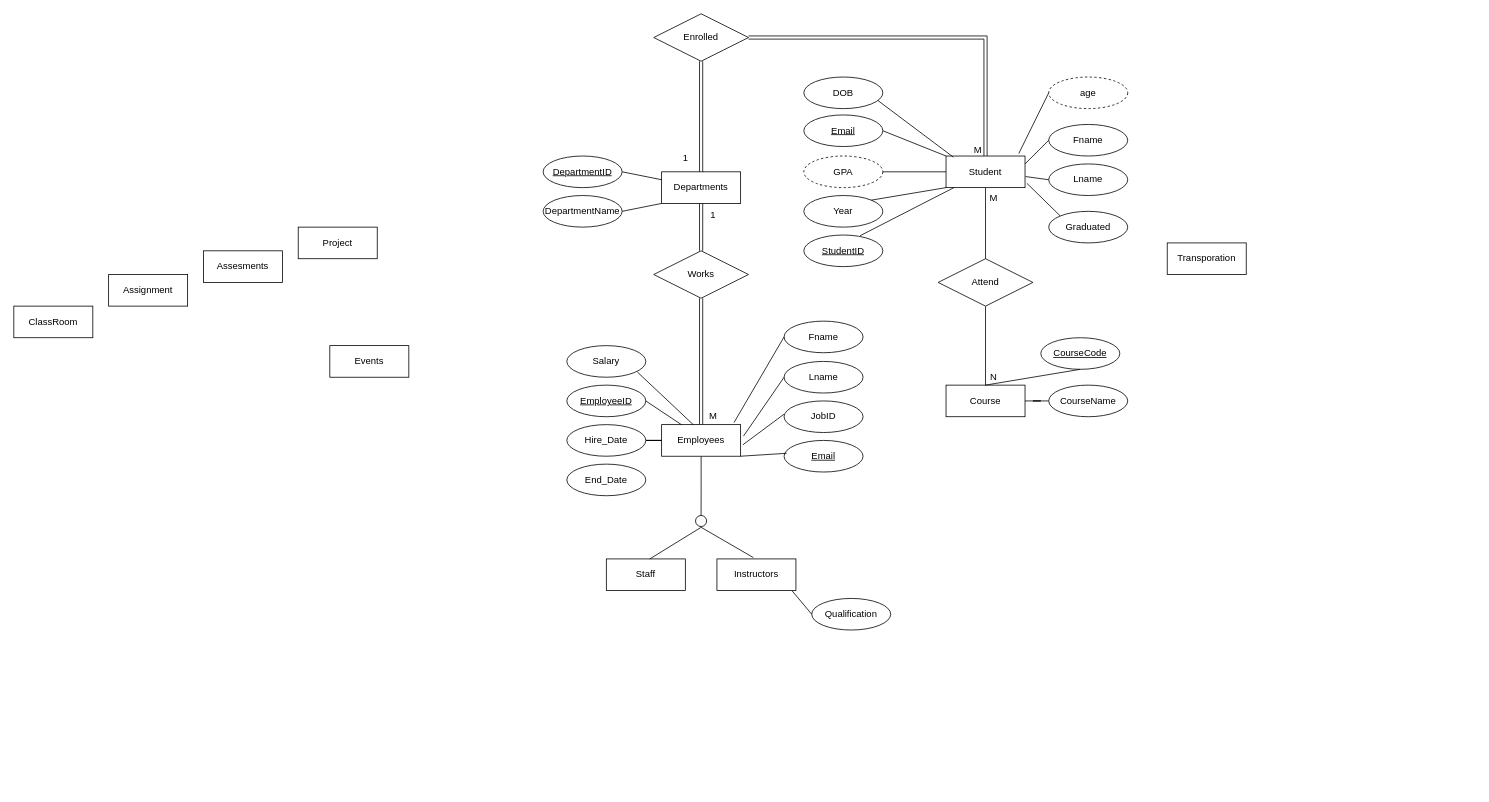
This is FacultyERD.drawio from seiffmohamedd/University_DBMS, a draw.io file, before an edit. Source tidied: cells renumbered, new cells numbered last; positions are measured from the earlier drawing's top-left corner, leaving out a move shared by most shapes. Both pictures are drawn from the tidied source at 79%, with x=0, y=0 at pixel (13, 13).
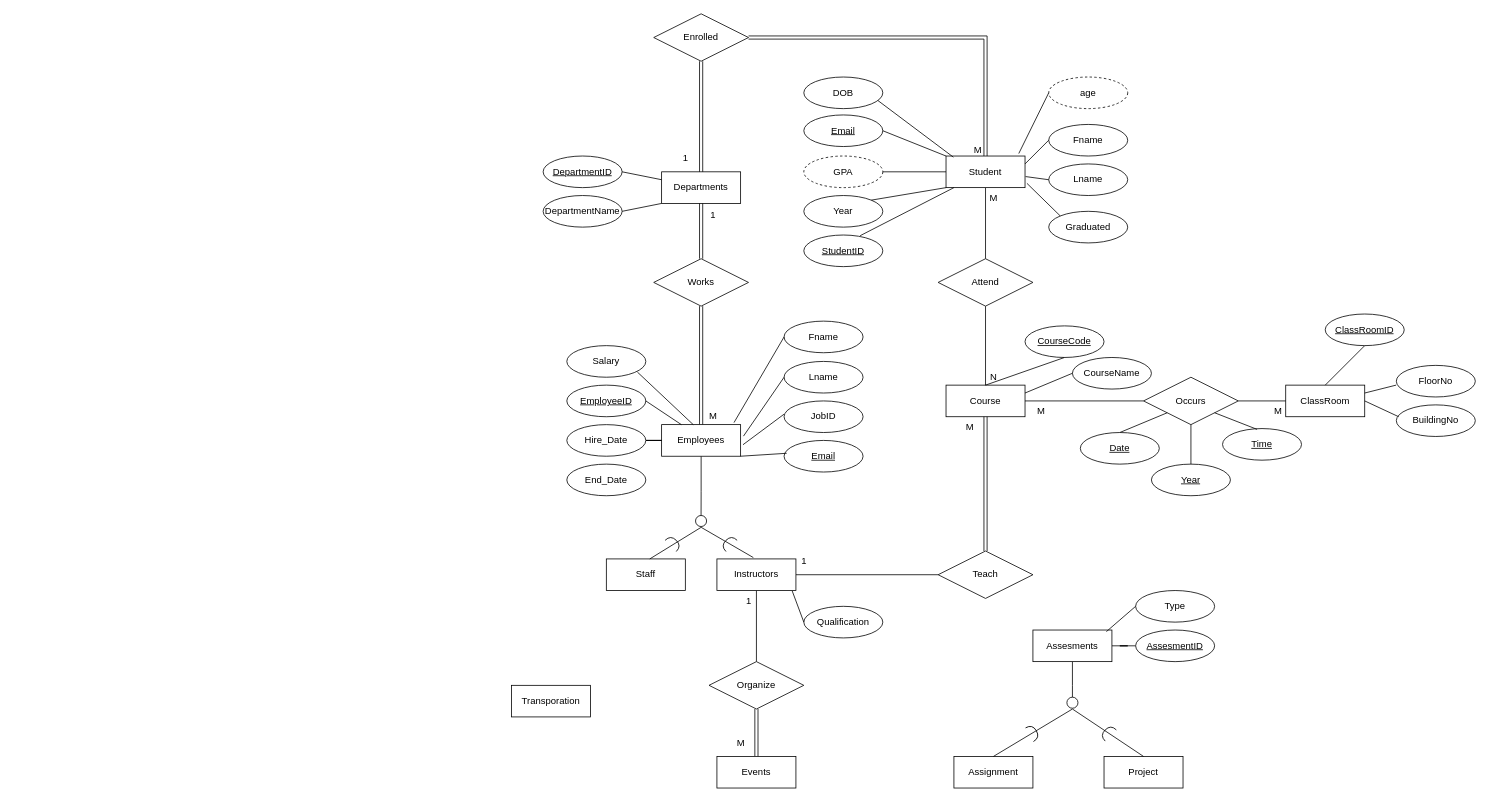
The same diagram, later.

Commit message (it also covers changes not shown here):
ERD , Documentation In progress

The change refers to these unchanged cells:
```xml
<mxCell id="13" value="Course" style="whiteSpace=wrap;html=1;align=center;" parent="1" vertex="1">
  <mxGeometry x="1180" y="470" width="100" height="40" as="geometry" />
</mxCell>
<mxCell id="54" value="Instructors" style="whiteSpace=wrap;html=1;align=center;" parent="1" vertex="1">
  <mxGeometry x="890" y="690" width="100" height="40" as="geometry" />
</mxCell>
```

What changed in the source:
```diff
@@
     <mxCell id="2" value="Assignment" style="whiteSpace=wrap;html=1;align=center;" parent="1" vertex="1">
-      <mxGeometry x="120" y="330" width="100" height="40" as="geometry" />
+      <mxGeometry x="1190" y="940" width="100" height="40" as="geometry" />
     </mxCell>
     <mxCell id="3" value="Project" style="whiteSpace=wrap;html=1;align=center;" parent="1" vertex="1">
-      <mxGeometry x="360" y="270" width="100" height="40" as="geometry" />
+      <mxGeometry x="1380" y="940" width="100" height="40" as="geometry" />
     </mxCell>
+    <mxCell id="75" style="edgeStyle=orthogonalEdgeStyle;rounded=0;jettySize=auto;html=1;entryX=0;entryY=0.5;entryDx=0;entryDy=0;endArrow=none;endFill=0;" parent="1" edge="1" source="4" target="96">
+      <mxGeometry relative="1" as="geometry" />
+    </mxCell>
+    <mxCell id="76" style="edgeStyle=orthogonalEdgeStyle;rounded=0;jettySize=auto;html=1;endArrow=circle;endFill=0;" parent="1" edge="1" source="4">
+      <mxGeometry relative="1" as="geometry">
+        <mxPoint x="1340" y="880" as="targetPoint" />
+      </mxGeometry>
+    </mxCell>
     <mxCell id="4" value="Assesments" style="whiteSpace=wrap;html=1;align=center;" parent="1" vertex="1">
-      <mxGeometry x="240" y="300" width="100" height="40" as="geometry" />
+      <mxGeometry x="1290" y="780" width="100" height="40" as="geometry" />
     </mxCell>
@@
     <mxCell id="10" value="ClassRoom" style="whiteSpace=wrap;html=1;align=center;" parent="1" vertex="1">
-      <mxGeometry y="370" width="100" height="40" as="geometry" />
+      <mxGeometry x="1610" y="470" width="100" height="40" as="geometry" />
     </mxCell>
+    <mxCell id="77" style="edgeStyle=orthogonalEdgeStyle;rounded=0;jettySize=auto;html=1;exitX=0.5;exitY=0;exitDx=0;exitDy=0;entryX=0.5;entryY=1;entryDx=0;entryDy=0;endArrow=none;endFill=0;shape=link;" parent="1" edge="1" source="11" target="93">
+      <mxGeometry relative="1" as="geometry" />
+    </mxCell>
     <mxCell id="11" value="Events" style="whiteSpace=wrap;html=1;align=center;" parent="1" vertex="1">
-      <mxGeometry x="400" y="420" width="100" height="40" as="geometry" />
+      <mxGeometry x="890" y="940" width="100" height="40" as="geometry" />
     </mxCell>
     <mxCell id="12" value="Transporation" style="whiteSpace=wrap;html=1;align=center;" parent="1" vertex="1">
-      <mxGeometry x="1460" y="290" width="100" height="40" as="geometry" />
+      <mxGeometry x="630" y="850" width="100" height="40" as="geometry" />
     </mxCell>
@@
     <mxCell id="33" value="Works" style="shape=rhombus;perimeter=rhombusPerimeter;whiteSpace=wrap;html=1;align=center;" parent="1" vertex="1">
-      <mxGeometry x="810" y="300" width="120" height="60" as="geometry" />
+      <mxGeometry x="810" y="310" width="120" height="60" as="geometry" />
     </mxCell>
@@
+    <mxCell id="78" style="edgeStyle=orthogonalEdgeStyle;rounded=0;jettySize=auto;html=1;exitX=1;exitY=0.5;exitDx=0;exitDy=0;entryX=0;entryY=0.5;entryDx=0;entryDy=0;endArrow=none;endFill=0;" parent="1" edge="1" source="54" target="81">
+      <mxGeometry relative="1" as="geometry" />
+    </mxCell>
+    <mxCell id="79" style="edgeStyle=orthogonalEdgeStyle;rounded=0;jettySize=auto;html=1;exitX=0.5;exitY=1;exitDx=0;exitDy=0;entryX=0.5;entryY=0;entryDx=0;entryDy=0;endArrow=none;endFill=0;" parent="1" edge="1" source="54" target="93">
+      <mxGeometry relative="1" as="geometry" />
+    </mxCell>
@@
     <mxCell id="58" value="Qualification" style="ellipse;whiteSpace=wrap;html=1;align=center;" parent="1" vertex="1">
-      <mxGeometry x="1010" y="740" width="100" height="40" as="geometry" />
+      <mxGeometry x="1000" y="750" width="100" height="40" as="geometry" />
     </mxCell>
@@
     <mxCell id="62" value="CourseCode" style="ellipse;whiteSpace=wrap;html=1;align=center;fontStyle=4;" parent="1" vertex="1">
-      <mxGeometry x="1300" y="410" width="100" height="40" as="geometry" />
+      <mxGeometry x="1280" y="395" width="100" height="40" as="geometry" />
     </mxCell>
@@
-    <mxCell id="64" style="edgeStyle=orthogonalEdgeStyle;rounded=0;jettySize=auto;html=1;entryX=1;entryY=0.5;entryDx=0;entryDy=0;endArrow=none;endFill=0;" parent="1" edge="1" source="65" target="13">
-      <mxGeometry relative="1" as="geometry" />
-    </mxCell>
     <mxCell id="65" value="CourseName" style="ellipse;whiteSpace=wrap;html=1;align=center;" parent="1" vertex="1">
-      <mxGeometry x="1310" y="470" width="100" height="40" as="geometry" />
+      <mxGeometry x="1340" y="435" width="100" height="40" as="geometry" />
     </mxCell>
@@
+    <mxCell id="80" style="edgeStyle=orthogonalEdgeStyle;rounded=0;jettySize=auto;html=1;exitX=0.5;exitY=0;exitDx=0;exitDy=0;entryX=0.5;entryY=1;entryDx=0;entryDy=0;endArrow=none;endFill=0;shape=link;" parent="1" edge="1" source="81" target="13">
+      <mxGeometry relative="1" as="geometry" />
+    </mxCell>
+    <mxCell id="81" value="Teach" style="shape=rhombus;perimeter=rhombusPerimeter;whiteSpace=wrap;html=1;align=center;" parent="1" vertex="1">
+      <mxGeometry x="1170" y="680" width="120" height="60" as="geometry" />
+    </mxCell>
+    <mxCell id="82" value="M" style="text;html=1;align=center;verticalAlign=middle;strokeColor=none;fillColor=none;" parent="1" vertex="1">
+      <mxGeometry x="1195" y="508" width="30" height="30" as="geometry" />
+    </mxCell>
+    <mxCell id="83" value="1" style="text;html=1;align=center;verticalAlign=middle;strokeColor=none;fillColor=none;" parent="1" vertex="1">
+      <mxGeometry x="985" y="678" width="30" height="30" as="geometry" />
+    </mxCell>
+    <mxCell id="84" style="endArrow=none;html=1;rounded=0;exitX=1;exitY=0.25;exitDx=0;exitDy=0;entryX=0;entryY=0.5;entryDx=0;entryDy=0;" parent="1" edge="1" source="13" target="65">
+      <mxGeometry relative="1" as="geometry" />
+    </mxCell>
+    <mxCell id="85" style="endArrow=none;html=1;rounded=0;exitX=1;exitY=0.5;exitDx=0;exitDy=0;entryX=0;entryY=0.5;entryDx=0;entryDy=0;" parent="1" edge="1" source="13" target="87">
+      <mxGeometry relative="1" as="geometry" />
+    </mxCell>
+    <mxCell id="86" style="edgeStyle=orthogonalEdgeStyle;rounded=0;jettySize=auto;html=1;entryX=0;entryY=0.5;entryDx=0;entryDy=0;endArrow=none;endFill=0;" parent="1" edge="1" source="87" target="10">
+      <mxGeometry relative="1" as="geometry" />
+    </mxCell>
+    <mxCell id="87" value="Occurs" style="shape=rhombus;perimeter=rhombusPerimeter;whiteSpace=wrap;html=1;align=center;" parent="1" vertex="1">
+      <mxGeometry x="1430" y="460" width="120" height="60" as="geometry" />
+    </mxCell>
+    <mxCell id="88" value="M" style="text;html=1;align=center;verticalAlign=middle;strokeColor=none;fillColor=none;" parent="1" vertex="1">
+      <mxGeometry x="1285" y="488" width="30" height="30" as="geometry" />
+    </mxCell>
+    <mxCell id="89" value="M" style="text;html=1;align=center;verticalAlign=middle;strokeColor=none;fillColor=none;" parent="1" vertex="1">
+      <mxGeometry x="1585" y="488" width="30" height="30" as="geometry" />
+    </mxCell>
+    <mxCell id="90" style="endArrow=none;html=1;rounded=0;entryX=0;entryY=1;entryDx=0;entryDy=0;exitX=0.5;exitY=0;exitDx=0;exitDy=0;" parent="1" edge="1" source="91" target="87">
+      <mxGeometry relative="1" as="geometry" />
+    </mxCell>
+    <mxCell id="91" value="Date" style="ellipse;whiteSpace=wrap;html=1;align=center;fontStyle=4;" parent="1" vertex="1">
+      <mxGeometry x="1350" y="530" width="100" height="40" as="geometry" />
+    </mxCell>
+    <mxCell id="92" value="Time" style="ellipse;whiteSpace=wrap;html=1;align=center;fontStyle=4;" parent="1" vertex="1">
+      <mxGeometry x="1530" y="525" width="100" height="40" as="geometry" />
+    </mxCell>
+    <mxCell id="93" value="Organize" style="shape=rhombus;perimeter=rhombusPerimeter;whiteSpace=wrap;html=1;align=center;" parent="1" vertex="1">
+      <mxGeometry x="880" y="820" width="120" height="60" as="geometry" />
+    </mxCell>
+    <mxCell id="94" value="M" style="text;html=1;align=center;verticalAlign=middle;strokeColor=none;fillColor=none;" parent="1" vertex="1">
+      <mxGeometry x="905" y="908" width="30" height="30" as="geometry" />
+    </mxCell>
+    <mxCell id="95" value="1" style="text;html=1;align=center;verticalAlign=middle;strokeColor=none;fillColor=none;" parent="1" vertex="1">
+      <mxGeometry x="915" y="728" width="30" height="30" as="geometry" />
+    </mxCell>
+    <mxCell id="96" value="AssesmentID" style="ellipse;whiteSpace=wrap;html=1;align=center;fontStyle=4;" parent="1" vertex="1">
+      <mxGeometry x="1420" y="780" width="100" height="40" as="geometry" />
+    </mxCell>
+    <mxCell id="97" value="Type" style="ellipse;whiteSpace=wrap;html=1;align=center;" parent="1" vertex="1">
+      <mxGeometry x="1420" y="730" width="100" height="40" as="geometry" />
+    </mxCell>
+    <mxCell id="98" style="endArrow=none;html=1;rounded=0;exitX=0.93;exitY=0.05;exitDx=0;exitDy=0;exitPerimeter=0;entryX=0;entryY=0.5;entryDx=0;entryDy=0;" parent="1" edge="1" source="4" target="97">
+      <mxGeometry relative="1" as="geometry" />
+    </mxCell>
+    <mxCell id="99" style="endArrow=none;html=1;rounded=0;" parent="1" edge="1">
+      <mxGeometry relative="1" as="geometry">
+        <mxPoint x="1240" y="940" as="sourcePoint" />
+        <mxPoint x="1340" y="880" as="targetPoint" />
+      </mxGeometry>
+    </mxCell>
+    <mxCell id="100" style="endArrow=none;html=1;rounded=0;entryX=0.5;entryY=0;entryDx=0;entryDy=0;" parent="1" edge="1" target="3">
+      <mxGeometry relative="1" as="geometry">
+        <mxPoint x="1340" y="880" as="sourcePoint" />
+      </mxGeometry>
+    </mxCell>
+    <mxCell id="101" style="shape=requiredInterface;html=1;verticalLabelPosition=bottom;sketch=0;rotation=-45;" parent="1" vertex="1">
+      <mxGeometry x="830" y="660" width="10" height="20" as="geometry" />
+    </mxCell>
+    <mxCell id="102" style="shape=requiredInterface;html=1;verticalLabelPosition=bottom;sketch=0;rotation=-135;" parent="1" vertex="1">
+      <mxGeometry x="900" y="660" width="10" height="20" as="geometry" />
+    </mxCell>
+    <mxCell id="103" style="shape=requiredInterface;html=1;verticalLabelPosition=bottom;sketch=0;rotation=-30;" parent="1" vertex="1">
+      <mxGeometry x="1285" y="900" width="10" height="20" as="geometry" />
+    </mxCell>
+    <mxCell id="104" style="shape=requiredInterface;html=1;verticalLabelPosition=bottom;sketch=0;rotation=-135;" parent="1" vertex="1">
+      <mxGeometry x="1380" y="900" width="10" height="20" as="geometry" />
+    </mxCell>
+    <mxCell id="105" value="Year" style="ellipse;whiteSpace=wrap;html=1;align=center;fontStyle=4;" parent="1" vertex="1">
+      <mxGeometry x="1440" y="570" width="100" height="40" as="geometry" />
+    </mxCell>
+    <mxCell id="106" style="endArrow=none;html=1;rounded=0;exitX=0.5;exitY=0;exitDx=0;exitDy=0;entryX=0.5;entryY=1;entryDx=0;entryDy=0;" parent="1" edge="1" source="105" target="87">
+      <mxGeometry relative="1" as="geometry" />
+    </mxCell>
+    <mxCell id="107" style="endArrow=none;html=1;rounded=0;exitX=1;exitY=1;exitDx=0;exitDy=0;entryX=0.437;entryY=0.025;entryDx=0;entryDy=0;entryPerimeter=0;" parent="1" edge="1" source="87" target="92">
+      <mxGeometry relative="1" as="geometry" />
+    </mxCell>
+    <mxCell id="108" value="ClassRoomID" style="ellipse;whiteSpace=wrap;html=1;align=center;fontStyle=4;" parent="1" vertex="1">
+      <mxGeometry x="1660" y="380" width="100" height="40" as="geometry" />
+    </mxCell>
+    <mxCell id="109" style="endArrow=none;html=1;rounded=0;exitX=0.5;exitY=0;exitDx=0;exitDy=0;entryX=0.5;entryY=1;entryDx=0;entryDy=0;" parent="1" edge="1" source="10" target="108">
+      <mxGeometry relative="1" as="geometry" />
+    </mxCell>
+    <mxCell id="110" value="FloorNo" style="ellipse;whiteSpace=wrap;html=1;align=center;" parent="1" vertex="1">
+      <mxGeometry x="1750" y="445" width="100" height="40" as="geometry" />
+    </mxCell>
+    <mxCell id="111" value="BuildingNo" style="ellipse;whiteSpace=wrap;html=1;align=center;" parent="1" vertex="1">
+      <mxGeometry x="1750" y="495" width="100" height="40" as="geometry" />
+    </mxCell>
+    <mxCell id="112" style="endArrow=none;html=1;rounded=0;exitX=1;exitY=0.25;exitDx=0;exitDy=0;entryX=-0.003;entryY=0.625;entryDx=0;entryDy=0;entryPerimeter=0;" parent="1" edge="1" source="10" target="110">
+      <mxGeometry relative="1" as="geometry" />
+    </mxCell>
+    <mxCell id="113" style="endArrow=none;html=1;rounded=0;exitX=1;exitY=0.5;exitDx=0;exitDy=0;entryX=0.03;entryY=0.375;entryDx=0;entryDy=0;entryPerimeter=0;" parent="1" edge="1" source="10" target="111">
+      <mxGeometry relative="1" as="geometry" />
+    </mxCell>
```
